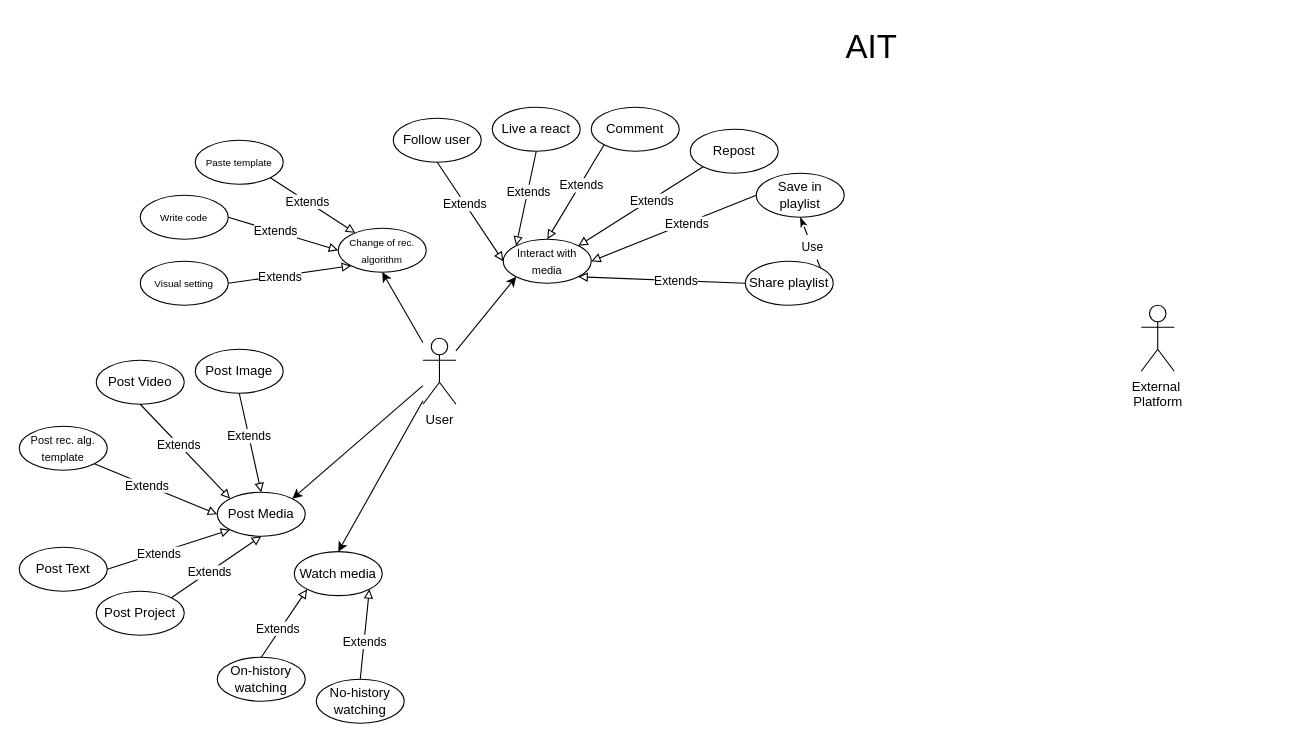
The draw.io diagram Lab2/Lab2 diagram.drawio in iWANbpe/Vaultbooking, before the edit. Source tidied: cells renumbered, new cells numbered last; positions are measured from the earlier drawing's top-left corner, leaving out a move shared by most shapes. Both pictures are drawn from the tidied source at 110%, with x=0, y=0 at pixel (19, 19).
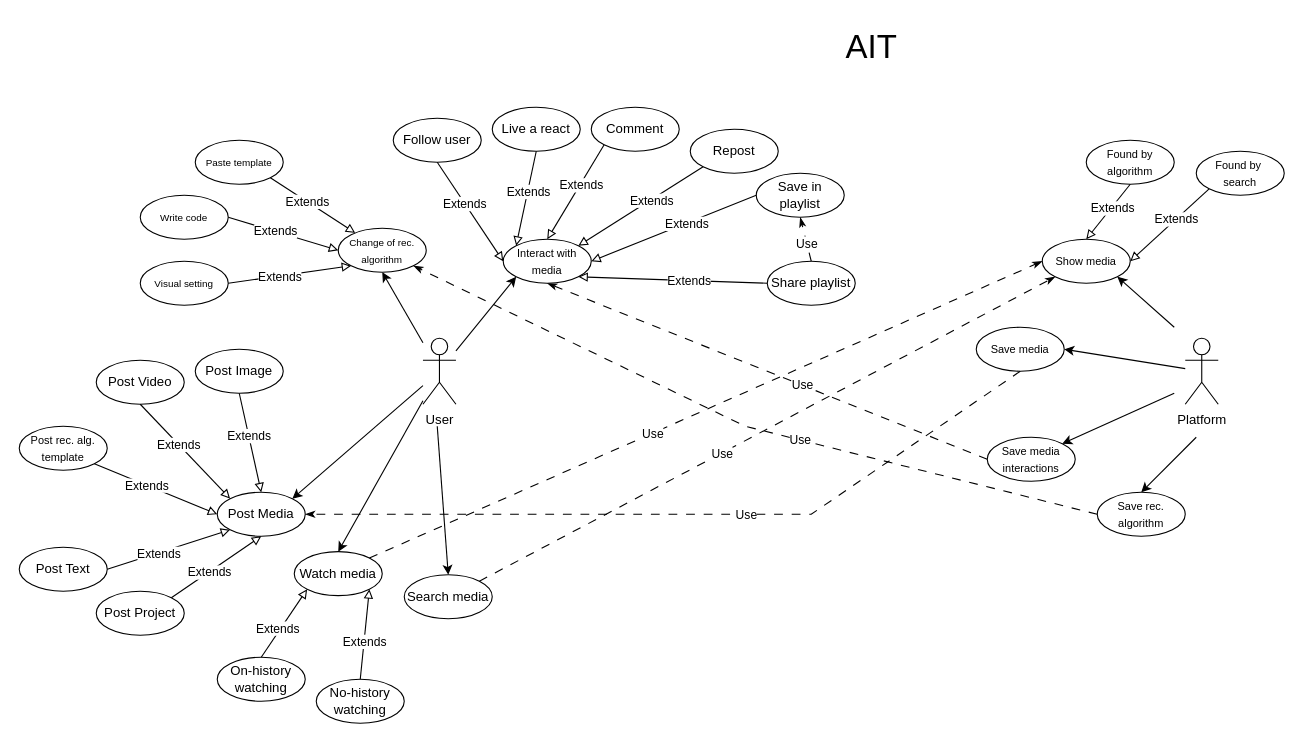
After the change.

Commit message:
Modified the diagram in lab2

The change refers to these unchanged cells:
```xml
<mxCell id="5" value="&lt;font style=&quot;font-size: 9px;&quot;&gt;Change of rec. algorithm&lt;/font&gt;" style="ellipse;whiteSpace=wrap;html=1;" parent="1" vertex="1">
  <mxGeometry x="290" y="190" width="80" height="40" as="geometry" />
</mxCell>
<mxCell id="15" value="&lt;font&gt;Post Media&lt;/font&gt;" style="ellipse;whiteSpace=wrap;html=1;" parent="1" vertex="1">
  <mxGeometry x="180" y="430" width="80" height="40" as="geometry" />
</mxCell>
<mxCell id="16" value="&lt;font&gt;Watch media&lt;/font&gt;" style="ellipse;whiteSpace=wrap;html=1;" parent="1" vertex="1">
  <mxGeometry x="250" y="484" width="80" height="40" as="geometry" />
</mxCell>
<mxCell id="40" value="&lt;font style=&quot;font-size: 10px;&quot;&gt;Interact with media&lt;/font&gt;" style="ellipse;whiteSpace=wrap;html=1;" parent="1" vertex="1">
  <mxGeometry x="440" y="200" width="80" height="40" as="geometry" />
</mxCell>
<mxCell id="44" value="Save in playlist" style="ellipse;whiteSpace=wrap;html=1;" parent="1" vertex="1">
  <mxGeometry x="670" y="140" width="80" height="40" as="geometry" />
</mxCell>
```

The edit, as a diff of the source:
```diff
@@
-    <mxCell id="3" value="External&amp;nbsp;&lt;div&gt;Platform&lt;/div&gt;" style="shape=umlActor;verticalLabelPosition=bottom;verticalAlign=top;html=1;outlineConnect=0;" parent="1" vertex="1">
-      <mxGeometry x="1020" y="260" width="30" height="60" as="geometry" />
+    <mxCell id="3" value="&lt;div&gt;Platform&lt;/div&gt;" style="shape=umlActor;verticalLabelPosition=bottom;verticalAlign=top;html=1;outlineConnect=0;" parent="1" vertex="1">
+      <mxGeometry x="1060" y="290" width="30" height="60" as="geometry" />
     </mxCell>
@@
     <mxCell id="54" value="&lt;font&gt;Share playlist&lt;/font&gt;" style="ellipse;whiteSpace=wrap;html=1;" parent="1" vertex="1">
-      <mxGeometry x="660" y="220" width="80" height="40" as="geometry" />
+      <mxGeometry x="680" y="220" width="80" height="40" as="geometry" />
     </mxCell>
-    <mxCell id="55" style="endArrow=classicThin;html=1;rounded=0;dashed=1;dashPattern=8 8;endFill=1;entryX=0.5;entryY=1;entryDx=0;entryDy=0;exitX=1;exitY=0;exitDx=0;exitDy=0;" parent="1" edge="1" source="54" target="44">
+    <mxCell id="55" style="endArrow=classicThin;html=1;rounded=0;dashed=1;dashPattern=8 8;endFill=1;entryX=0.5;entryY=1;entryDx=0;entryDy=0;exitX=0.5;exitY=0;exitDx=0;exitDy=0;" parent="1" edge="1" source="54" target="44">
       <mxGeometry relative="1" as="geometry" />
     </mxCell>
@@
+    <mxCell id="63" value="&lt;font style=&quot;font-size: 10px;&quot;&gt;Show media&lt;/font&gt;" style="ellipse;whiteSpace=wrap;html=1;" parent="1" vertex="1">
+      <mxGeometry x="930" y="200" width="80" height="40" as="geometry" />
+    </mxCell>
+    <mxCell id="64" value="&lt;font style=&quot;font-size: 10px;&quot;&gt;Save media&lt;/font&gt;" style="ellipse;whiteSpace=wrap;html=1;" parent="1" vertex="1">
+      <mxGeometry x="870" y="280" width="80" height="40" as="geometry" />
+    </mxCell>
+    <mxCell id="65" value="&lt;font style=&quot;font-size: 10px;&quot;&gt;Save media interactions&lt;/font&gt;" style="ellipse;whiteSpace=wrap;html=1;" parent="1" vertex="1">
+      <mxGeometry x="880" y="380" width="80" height="40" as="geometry" />
+    </mxCell>
+    <mxCell id="66" value="&lt;font style=&quot;font-size: 10px;&quot;&gt;Save rec. algorithm&lt;/font&gt;" style="ellipse;whiteSpace=wrap;html=1;" parent="1" vertex="1">
+      <mxGeometry x="980" y="430" width="80" height="40" as="geometry" />
+    </mxCell>
+    <mxCell id="67" value="&lt;font&gt;Search media&lt;/font&gt;" style="ellipse;whiteSpace=wrap;html=1;" parent="1" vertex="1">
+      <mxGeometry x="350" y="505" width="80" height="40" as="geometry" />
+    </mxCell>
+    <mxCell id="68" style="endArrow=classic;html=1;rounded=0;entryX=0.5;entryY=0;entryDx=0;entryDy=0;" parent="1" edge="1" target="67">
+      <mxGeometry relative="1" as="geometry">
+        <mxPoint x="380" y="370" as="sourcePoint" />
+      </mxGeometry>
+    </mxCell>
+    <mxCell id="69" value="&lt;font style=&quot;font-size: 10px;&quot;&gt;Found by algorithm&lt;/font&gt;" style="ellipse;whiteSpace=wrap;html=1;" parent="1" vertex="1">
+      <mxGeometry x="970" y="110" width="80" height="40" as="geometry" />
+    </mxCell>
+    <mxCell id="70" value="&lt;font style=&quot;font-size: 10px;&quot;&gt;Found by&amp;nbsp;&lt;/font&gt;&lt;div&gt;&lt;font style=&quot;font-size: 10px;&quot;&gt;search&lt;/font&gt;&lt;/div&gt;" style="ellipse;whiteSpace=wrap;html=1;" parent="1" vertex="1">
+      <mxGeometry x="1070" y="120" width="80" height="40" as="geometry" />
+    </mxCell>
+    <mxCell id="71" style="endArrow=block;html=1;rounded=0;endFill=0;exitX=0.5;exitY=1;exitDx=0;exitDy=0;entryX=0.5;entryY=0;entryDx=0;entryDy=0;" parent="1" edge="1" source="69" target="63">
+      <mxGeometry relative="1" as="geometry" />
+    </mxCell>
+    <mxCell id="72" value="Extends" style="edgeLabel;html=1;align=center;verticalAlign=middle;" parent="71" vertex="1">
+      <mxGeometry x="-0.16" relative="1" as="geometry" />
+    </mxCell>
+    <mxCell id="73" style="endArrow=block;html=1;rounded=0;endFill=0;exitX=0;exitY=1;exitDx=0;exitDy=0;entryX=1;entryY=0.5;entryDx=0;entryDy=0;" parent="1" edge="1" source="70" target="63">
+      <mxGeometry relative="1" as="geometry" />
+    </mxCell>
+    <mxCell id="74" value="Extends" style="edgeLabel;html=1;align=center;verticalAlign=middle;" parent="73" vertex="1">
+      <mxGeometry x="-0.16" relative="1" as="geometry" />
+    </mxCell>
+    <mxCell id="75" style="endArrow=classic;html=1;rounded=0;entryX=1;entryY=0.5;entryDx=0;entryDy=0;" parent="1" edge="1" source="3" target="64">
+      <mxGeometry relative="1" as="geometry" />
+    </mxCell>
+    <mxCell id="76" style="endArrow=classic;html=1;rounded=0;entryX=1;entryY=0;entryDx=0;entryDy=0;" parent="1" edge="1" target="65">
+      <mxGeometry relative="1" as="geometry">
+        <mxPoint x="1050" y="340" as="sourcePoint" />
+      </mxGeometry>
+    </mxCell>
+    <mxCell id="77" style="endArrow=classic;html=1;rounded=0;entryX=0.5;entryY=0;entryDx=0;entryDy=0;" parent="1" edge="1" target="66">
+      <mxGeometry relative="1" as="geometry">
+        <mxPoint x="1070" y="380" as="sourcePoint" />
+      </mxGeometry>
+    </mxCell>
+    <mxCell id="78" style="endArrow=classic;html=1;rounded=0;entryX=1;entryY=1;entryDx=0;entryDy=0;" parent="1" edge="1" target="63">
+      <mxGeometry relative="1" as="geometry">
+        <mxPoint x="1050" y="280" as="sourcePoint" />
+      </mxGeometry>
+    </mxCell>
+    <mxCell id="79" style="endArrow=classicThin;html=1;rounded=0;dashed=1;dashPattern=8 8;endFill=1;entryX=0.5;entryY=1;entryDx=0;entryDy=0;exitX=0;exitY=0.5;exitDx=0;exitDy=0;" parent="1" edge="1" source="65" target="40">
+      <mxGeometry relative="1" as="geometry" />
+    </mxCell>
+    <mxCell id="80" value="Use" style="edgeLabel;html=1;align=center;verticalAlign=middle;" parent="79" vertex="1">
+      <mxGeometry x="-0.16" relative="1" as="geometry" />
+    </mxCell>
+    <mxCell id="81" style="endArrow=classicThin;html=1;rounded=0;dashed=1;dashPattern=8 8;endFill=1;exitX=1;exitY=0;exitDx=0;exitDy=0;entryX=0;entryY=1;entryDx=0;entryDy=0;" parent="1" edge="1" source="67" target="63">
+      <mxGeometry relative="1" as="geometry" />
+    </mxCell>
+    <mxCell id="82" value="Use" style="edgeLabel;html=1;align=center;verticalAlign=middle;" parent="81" vertex="1">
+      <mxGeometry x="-0.16" relative="1" as="geometry" />
+    </mxCell>
+    <mxCell id="83" style="endArrow=classicThin;html=1;rounded=0;dashed=1;dashPattern=8 8;endFill=1;exitX=1;exitY=0;exitDx=0;exitDy=0;entryX=0;entryY=0.5;entryDx=0;entryDy=0;" parent="1" edge="1" source="16" target="63">
+      <mxGeometry relative="1" as="geometry" />
+    </mxCell>
+    <mxCell id="84" value="Use" style="edgeLabel;html=1;align=center;verticalAlign=middle;" parent="83" vertex="1">
+      <mxGeometry x="-0.16" relative="1" as="geometry" />
+    </mxCell>
+    <mxCell id="85" style="endArrow=classicThin;html=1;rounded=0;dashed=1;dashPattern=8 8;endFill=1;exitX=0;exitY=0.5;exitDx=0;exitDy=0;entryX=1;entryY=1;entryDx=0;entryDy=0;" parent="1" edge="1" source="66" target="5">
+      <mxGeometry relative="1" as="geometry">
+        <Array as="points">
+          <mxPoint x="660" y="370" />
+        </Array>
+      </mxGeometry>
+    </mxCell>
+    <mxCell id="86" value="Use" style="edgeLabel;html=1;align=center;verticalAlign=middle;" parent="85" vertex="1">
+      <mxGeometry x="-0.16" relative="1" as="geometry" />
+    </mxCell>
+    <mxCell id="87" style="endArrow=classicThin;html=1;rounded=0;dashed=1;dashPattern=8 8;endFill=1;entryX=1;entryY=0.5;entryDx=0;entryDy=0;exitX=0.5;exitY=1;exitDx=0;exitDy=0;" parent="1" edge="1" source="64" target="15">
+      <mxGeometry relative="1" as="geometry">
+        <Array as="points">
+          <mxPoint x="720" y="450" />
+        </Array>
+      </mxGeometry>
+    </mxCell>
+    <mxCell id="88" value="Use" style="edgeLabel;html=1;align=center;verticalAlign=middle;" parent="87" vertex="1">
+      <mxGeometry x="-0.16" relative="1" as="geometry" />
+    </mxCell>
```
